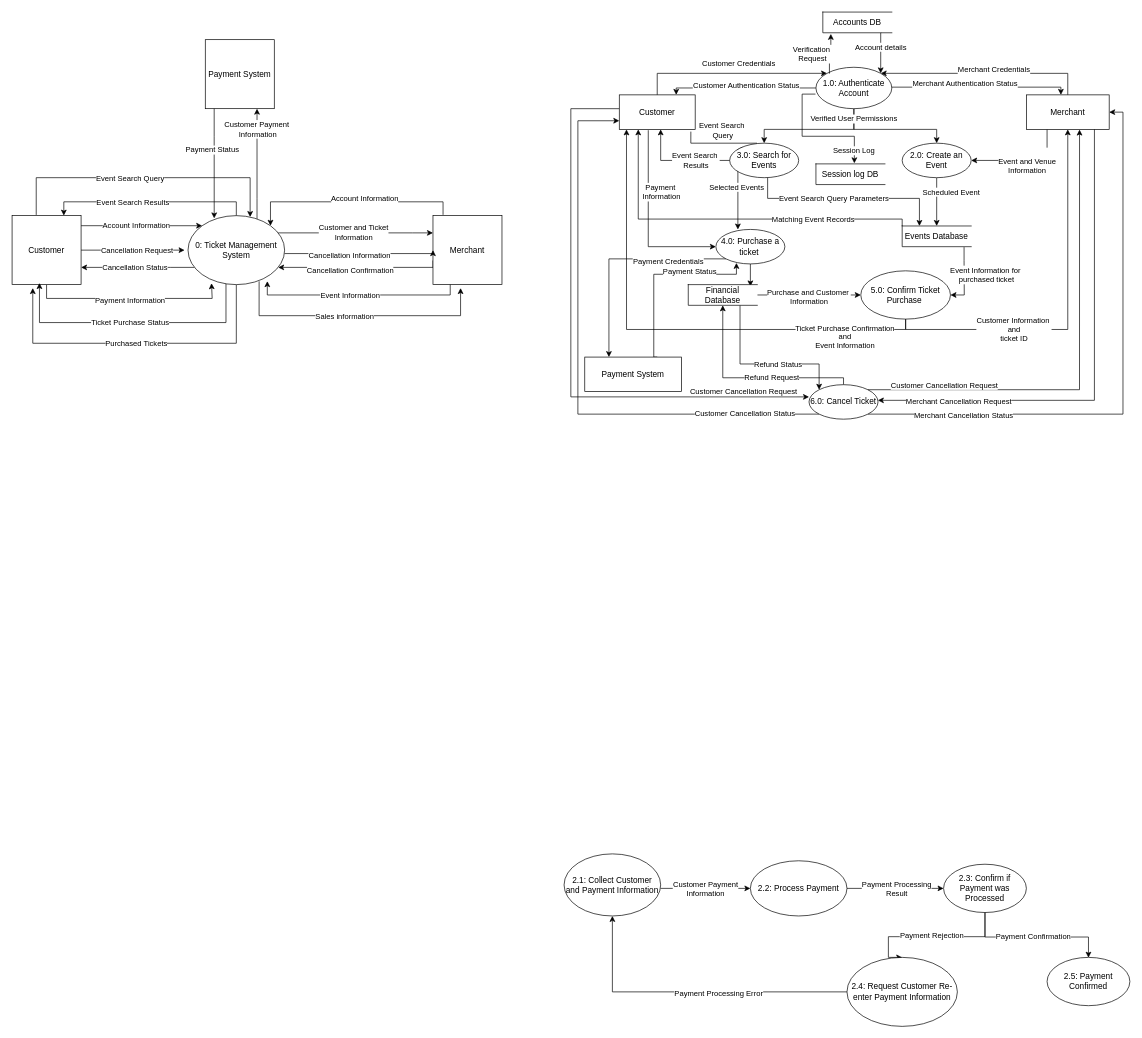
Above: ITEC 630 DFD Ticket Mangement System .drawio in SteveWChang/UMGC-ITEC--630-Ticketing-System-Modeling-and-Analysis (draw.io), before the change. Source tidied: cells renumbered, new cells numbered last; positions are measured from the earlier drawing's top-left corner, leaving out a move shared by most shapes. Both pictures are drawn from the tidied source at 69%, with x=0, y=0 at pixel (12, 12).
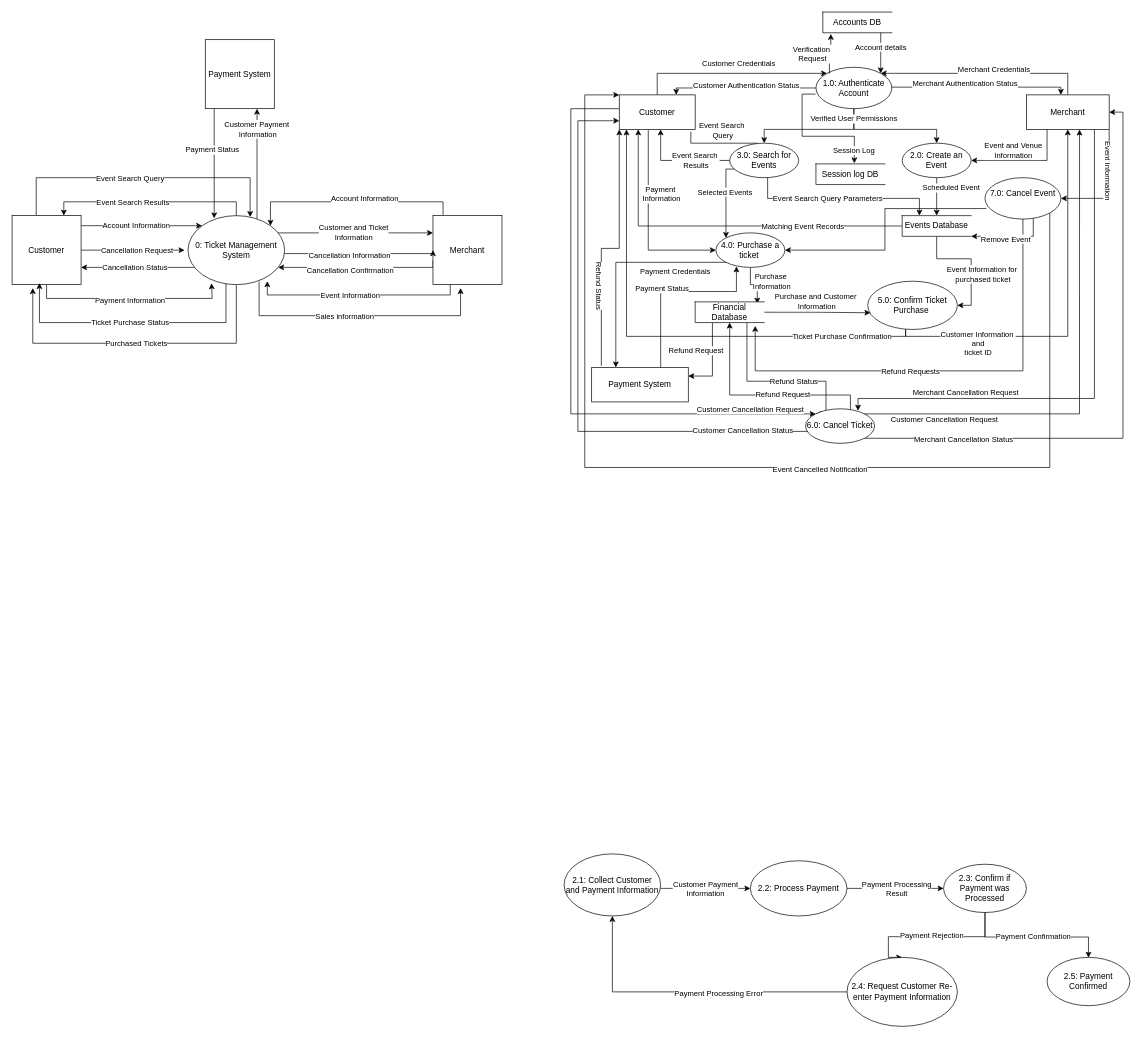
After the change.

Unchanged cells that the change refers to:
```xml
<mxCell id="2" style="edgeStyle=orthogonalEdgeStyle;rounded=0;jettySize=auto;html=1;entryX=1;entryY=0.5;entryDx=0;entryDy=0;exitX=0.25;exitY=1;exitDx=0;exitDy=0;" parent="1" edge="1" source="8" target="26">
  <mxGeometry relative="1" as="geometry" />
</mxCell>
<mxCell id="8" value="Merchant" style="html=1;dashed=0;whiteSpace=wrap;" parent="1" vertex="1">
  <mxGeometry x="1470" y="120" width="120" height="50" as="geometry" />
</mxCell>
<mxCell id="32" style="edgeStyle=orthogonalEdgeStyle;rounded=0;jettySize=auto;html=1;exitX=0.5;exitY=1;exitDx=0;exitDy=0;entryX=0.9;entryY=0.086;entryDx=0;entryDy=0;entryPerimeter=0;" parent="1" edge="1" source="35" target="50">
  <mxGeometry x="-0.28" relative="1" as="geometry" />
</mxCell>
<mxCell id="42" value="Customer" style="html=1;dashed=0;whiteSpace=wrap;" parent="1" vertex="1">
  <mxGeometry x="880" y="120" width="110" height="50" as="geometry" />
</mxCell>
<mxCell id="92" value="3.0: Search for Events" style="shape=ellipse;html=1;dashed=0;whiteSpace=wrap;perimeter=ellipsePerimeter;" parent="1" vertex="1">
  <mxGeometry x="1040" y="190" width="100" height="50" as="geometry" />
</mxCell>
<mxCell id="124" style="edgeStyle=orthogonalEdgeStyle;rounded=0;jettySize=auto;html=1;exitX=1;exitY=0;exitDx=0;exitDy=0;entryX=0.642;entryY=1.006;entryDx=0;entryDy=0;entryPerimeter=0;" parent="1" edge="1" source="121" target="8">
  <mxGeometry relative="1" as="geometry" />
</mxCell>
```

What changed in the source:
```diff
@@
-    <mxCell id="3" value="&lt;br&gt;&lt;div&gt;Event and Venue&lt;/div&gt;&lt;div&gt;Information&lt;/div&gt;" style="edgeLabel;html=1;align=center;verticalAlign=middle;" parent="2" vertex="1">
+    <mxCell id="3" value="&lt;div&gt;Event and Venue&lt;/div&gt;&lt;div&gt;Information&lt;/div&gt;" style="edgeLabel;html=1;align=center;verticalAlign=middle;" parent="2" vertex="1">
       <mxGeometry x="-0.17" y="-1" relative="1" as="geometry">
-        <mxPoint x="-11" y="1" as="offset" />
+        <mxPoint x="-31" y="-14" as="offset" />
       </mxGeometry>
     </mxCell>
@@
-    <mxCell id="6" style="edgeStyle=orthogonalEdgeStyle;rounded=0;jettySize=auto;html=1;exitX=0.822;exitY=0.969;exitDx=0;exitDy=0;exitPerimeter=0;" parent="1" edge="1" source="8" target="121">
-      <mxGeometry x="0.11" relative="1" as="geometry">
+    <mxCell id="6" style="edgeStyle=orthogonalEdgeStyle;rounded=0;jettySize=auto;html=1;exitX=0.822;exitY=0.969;exitDx=0;exitDy=0;exitPerimeter=0;entryX=0.76;entryY=0.055;entryDx=0;entryDy=0;entryPerimeter=0;" parent="1" edge="1" source="8" target="121">
+      <mxGeometry x="0.14" relative="1" as="geometry">
         <Array as="points">
-          <mxPoint x="1568.6" y="562.7" />
+          <mxPoint x="1568.6" y="560" />
+          <mxPoint x="1226" y="560" />
         </Array>
       </mxGeometry>
     </mxCell>
     <mxCell id="7" value="Merchant Cancellation Request" style="edgeLabel;html=1;align=center;verticalAlign=middle;" parent="6" vertex="1">
-      <mxGeometry x="0.67" y="2" relative="1" as="geometry" />
+      <mxGeometry x="0.72" y="2" relative="1" as="geometry">
+        <mxPoint x="68" y="-12" as="offset" />
+      </mxGeometry>
     </mxCell>
+    <mxCell id="126" style="edgeStyle=orthogonalEdgeStyle;rounded=0;jettySize=auto;html=1;exitX=1;exitY=1;exitDx=0;exitDy=0;entryX=1;entryY=0.5;entryDx=0;entryDy=0;" parent="1" edge="1" source="8" target="138">
+      <mxGeometry relative="1" as="geometry" />
+    </mxCell>
+    <mxCell id="127" value="&lt;div&gt;Event Information&lt;/div&gt;" style="edgeLabel;html=1;align=center;verticalAlign=middle;rotation=90;" parent="126" vertex="1">
+      <mxGeometry x="-0.59" y="-1" relative="1" as="geometry">
+        <mxPoint x="1" y="24" as="offset" />
+      </mxGeometry>
+    </mxCell>
@@
-    <mxCell id="27" style="edgeStyle=orthogonalEdgeStyle;rounded=0;jettySize=auto;html=1;entryX=1;entryY=0.5;entryDx=0;entryDy=0;exitX=0.897;exitY=1.022;exitDx=0;exitDy=0;exitPerimeter=0;" parent="1" edge="1" source="31" target="55">
-      <mxGeometry x="-0.28" relative="1" as="geometry" />
+    <mxCell id="27" style="edgeStyle=orthogonalEdgeStyle;rounded=0;jettySize=auto;html=1;entryX=1;entryY=0.5;entryDx=0;entryDy=0;exitX=0.5;exitY=1;exitDx=0;exitDy=0;" parent="1" edge="1" source="31" target="55">
+      <mxGeometry x="0.09" relative="1" as="geometry" />
     </mxCell>
     <mxCell id="28" value="&lt;div&gt;Event Information for&amp;nbsp;&lt;/div&gt;&lt;div&gt;purchased ticket&lt;/div&gt;" style="edgeLabel;html=1;align=center;verticalAlign=middle;" parent="27" vertex="1">
-      <mxGeometry x="-0.44" relative="1" as="geometry">
-        <mxPoint x="31" y="15" as="offset" />
+      <mxGeometry x="-0.01" relative="1" as="geometry">
+        <mxPoint x="16" y="20" as="offset" />
       </mxGeometry>
     </mxCell>
-    <mxCell id="29" style="edgeStyle=orthogonalEdgeStyle;rounded=0;jettySize=auto;html=1;entryX=0.25;entryY=1;entryDx=0;entryDy=0;exitX=0;exitY=0;exitDx=0;exitDy=0;" parent="1" edge="1" source="31" target="42">
-      <mxGeometry x="-0.02" relative="1" as="geometry">
-        <Array as="points">
-          <mxPoint x="1290" y="300" />
-          <mxPoint x="907.5" y="300" />
-        </Array>
-      </mxGeometry>
+    <mxCell id="29" style="edgeStyle=orthogonalEdgeStyle;rounded=0;jettySize=auto;html=1;entryX=0.25;entryY=1;entryDx=0;entryDy=0;exitX=0;exitY=0.5;exitDx=0;exitDy=0;" parent="1" edge="1" source="31" target="42">
+      <mxGeometry x="0.01" relative="1" as="geometry" />
     </mxCell>
     <mxCell id="30" value="Matching Event Records" style="edgeLabel;html=1;align=center;verticalAlign=middle;" parent="29" vertex="1">
-      <mxGeometry x="0.32" relative="1" as="geometry">
+      <mxGeometry x="0.34" relative="1" as="geometry">
         <mxPoint x="205" as="offset" />
       </mxGeometry>
     </mxCell>
     <mxCell id="31" value="Events Database" style="html=1;dashed=0;whiteSpace=wrap;shape=partialRectangle;right=0;" parent="1" vertex="1">
-      <mxGeometry x="1290" y="310" width="100" height="30" as="geometry" />
+      <mxGeometry x="1290" y="295" width="100" height="30" as="geometry" />
     </mxCell>
@@
+    <mxCell id="128" value="&lt;div&gt;Purchase&amp;nbsp;&lt;/div&gt;&lt;div&gt;Information&lt;/div&gt;" style="edgeLabel;html=1;align=center;verticalAlign=middle;" parent="32" vertex="1">
+      <mxGeometry x="0.05" y="2" relative="1" as="geometry">
+        <mxPoint x="22" y="-3" as="offset" />
+      </mxGeometry>
+    </mxCell>
@@
     <mxCell id="35" value="4.0: Purchase a ticket&amp;nbsp;" style="shape=ellipse;html=1;dashed=0;whiteSpace=wrap;perimeter=ellipsePerimeter;" parent="1" vertex="1">
-      <mxGeometry x="1020" y="315" width="100" height="50" as="geometry" />
+      <mxGeometry x="1020" y="320" width="100" height="50" as="geometry" />
     </mxCell>
     <mxCell id="36" style="edgeStyle=orthogonalEdgeStyle;rounded=0;jettySize=auto;html=1;entryX=0;entryY=0.5;entryDx=0;entryDy=0;exitX=0.382;exitY=1.024;exitDx=0;exitDy=0;exitPerimeter=0;" parent="1" edge="1" source="42" target="35">
       <mxGeometry x="0.21" relative="1" as="geometry">
         <Array as="points">
-          <mxPoint x="922" y="340" />
+          <mxPoint x="922" y="345" />
         </Array>
       </mxGeometry>
     </mxCell>
@@
     <mxCell id="43" style="edgeStyle=orthogonalEdgeStyle;rounded=0;jettySize=auto;html=1;exitX=0.75;exitY=0;exitDx=0;exitDy=0;entryX=0.298;entryY=0.971;entryDx=0;entryDy=0;entryPerimeter=0;" parent="1" edge="1" source="45" target="35">
-      <mxGeometry x="-0.07" relative="1" as="geometry">
+      <mxGeometry relative="1" as="geometry">
         <Array as="points">
-          <mxPoint x="930" y="500" />
-          <mxPoint x="930" y="380" />
-          <mxPoint x="1049.8" y="380" />
+          <mxPoint x="945" y="525" />
+          <mxPoint x="940" y="525" />
+          <mxPoint x="940" y="405" />
+          <mxPoint x="1049.8" y="405" />
         </Array>
       </mxGeometry>
     </mxCell>
     <mxCell id="44" value="Payment Status" style="edgeLabel;html=1;align=center;verticalAlign=middle;" parent="43" vertex="1">
-      <mxGeometry x="0.03" y="-1" relative="1" as="geometry">
-        <mxPoint x="41" y="-6" as="offset" />
+      <mxGeometry x="0.1" y="-1" relative="1" as="geometry">
+        <mxPoint x="-19" y="-6" as="offset" />
       </mxGeometry>
     </mxCell>
+    <mxCell id="129" style="edgeStyle=orthogonalEdgeStyle;rounded=0;jettySize=auto;html=1;exitX=0.1;exitY=-0.045;exitDx=0;exitDy=0;entryX=0;entryY=1;entryDx=0;entryDy=0;exitPerimeter=0;" parent="1" edge="1" source="45" target="42">
+      <mxGeometry x="-0.04" relative="1" as="geometry" />
+    </mxCell>
+    <mxCell id="130" value="&lt;div&gt;Refund Status&lt;/div&gt;" style="edgeLabel;html=1;align=center;verticalAlign=middle;rotation=90;" parent="129" vertex="1">
+      <mxGeometry x="-0.24" y="3" relative="1" as="geometry">
+        <mxPoint y="23" as="offset" />
+      </mxGeometry>
+    </mxCell>
     <mxCell id="45" value="Payment System" style="html=1;dashed=0;whiteSpace=wrap;" parent="1" vertex="1">
-      <mxGeometry x="830" y="500" width="140" height="50" as="geometry" />
+      <mxGeometry x="840" y="515" width="140" height="50" as="geometry" />
     </mxCell>
-    <mxCell id="46" style="edgeStyle=orthogonalEdgeStyle;rounded=0;jettySize=auto;html=1;entryX=0;entryY=0.5;entryDx=0;entryDy=0;" parent="1" edge="1" source="50" target="55">
+    <mxCell id="46" style="edgeStyle=orthogonalEdgeStyle;rounded=0;jettySize=auto;html=1;entryX=0.031;entryY=0.654;entryDx=0;entryDy=0;entryPerimeter=0;" parent="1" edge="1" source="50" target="55">
       <mxGeometry x="0.23" relative="1" as="geometry" />
     </mxCell>
     <mxCell id="47" value="&lt;div&gt;Purchase and Customer&amp;nbsp;&lt;/div&gt;&lt;div&gt;Information&lt;/div&gt;" style="edgeLabel;html=1;align=center;verticalAlign=middle;" parent="46" vertex="1">
       <mxGeometry x="-0.02" relative="1" as="geometry">
-        <mxPoint y="2" as="offset" />
+        <mxPoint y="-16" as="offset" />
       </mxGeometry>
     </mxCell>
     <mxCell id="48" style="edgeStyle=orthogonalEdgeStyle;rounded=0;jettySize=auto;html=1;exitX=0.75;exitY=1;exitDx=0;exitDy=0;entryX=0;entryY=0;entryDx=0;entryDy=0;" parent="1" edge="1" source="50" target="121">
       <mxGeometry relative="1" as="geometry">
         <Array as="points">
-          <mxPoint x="1055" y="510" />
-          <mxPoint x="1169.6" y="510" />
+          <mxPoint x="1065" y="535" />
+          <mxPoint x="1179.6" y="535" />
         </Array>
       </mxGeometry>
     </mxCell>
@@
+    <mxCell id="131" style="edgeStyle=orthogonalEdgeStyle;rounded=0;jettySize=auto;html=1;exitX=0.25;exitY=1;exitDx=0;exitDy=0;entryX=1;entryY=0.25;entryDx=0;entryDy=0;" parent="1" edge="1" source="50" target="45">
+      <mxGeometry relative="1" as="geometry" />
+    </mxCell>
+    <mxCell id="132" value="Refund Request" style="edgeLabel;html=1;align=center;verticalAlign=middle;" parent="131" vertex="1">
+      <mxGeometry x="-0.01" y="-1" relative="1" as="geometry">
+        <mxPoint x="-24" y="-16" as="offset" />
+      </mxGeometry>
+    </mxCell>
     <mxCell id="50" value="Financial Database" style="html=1;dashed=0;whiteSpace=wrap;shape=partialRectangle;right=0;" parent="1" vertex="1">
-      <mxGeometry x="980" y="395" width="100" height="30" as="geometry" />
+      <mxGeometry x="990" y="420" width="100" height="30" as="geometry" />
     </mxCell>
     <mxCell id="51" style="edgeStyle=orthogonalEdgeStyle;rounded=0;jettySize=auto;html=1;exitX=0.5;exitY=1;exitDx=0;exitDy=0;entryX=0.095;entryY=1.001;entryDx=0;entryDy=0;entryPerimeter=0;" parent="1" edge="1" source="55" target="42">
       <mxGeometry x="0.07" relative="1" as="geometry">
         <Array as="points">
-          <mxPoint x="1295" y="460" />
-          <mxPoint x="890.5" y="460" />
+          <mxPoint x="1295" y="450" />
+          <mxPoint x="1295" y="470" />
+          <mxPoint x="890.5" y="470" />
         </Array>
       </mxGeometry>
     </mxCell>
-    <mxCell id="52" value="&lt;div&gt;Ticket Purchase Confirmation&lt;/div&gt;&lt;div&gt;and&lt;/div&gt;&lt;div&gt;Event Information&lt;/div&gt;" style="edgeLabel;html=1;align=center;verticalAlign=middle;" parent="51" vertex="1">
+    <mxCell id="52" value="&lt;div&gt;Ticket Purchase Confirmation&lt;/div&gt;" style="edgeLabel;html=1;align=center;verticalAlign=middle;" parent="51" vertex="1">
       <mxGeometry x="-0.18" y="1" relative="1" as="geometry">
-        <mxPoint x="187" y="9" as="offset" />
+        <mxPoint x="172" y="-1" as="offset" />
       </mxGeometry>
     </mxCell>
     <mxCell id="53" style="edgeStyle=orthogonalEdgeStyle;rounded=0;jettySize=auto;html=1;entryX=0.5;entryY=1;entryDx=0;entryDy=0;exitX=0.5;exitY=1;exitDx=0;exitDy=0;" parent="1" edge="1" source="55" target="8">
-      <mxGeometry x="-0.02" relative="1" as="geometry">
+      <mxGeometry x="0.02" relative="1" as="geometry">
         <Array as="points">
-          <mxPoint x="1295" y="460" />
-          <mxPoint x="1530" y="460" />
+          <mxPoint x="1295" y="450" />
+          <mxPoint x="1295" y="470" />
+          <mxPoint x="1530" y="470" />
         </Array>
       </mxGeometry>
     </mxCell>
     <mxCell id="54" value="&lt;div&gt;Customer Information&amp;nbsp;&lt;/div&gt;&lt;div&gt;and&lt;/div&gt;&lt;div&gt;ticket ID&lt;/div&gt;" style="edgeLabel;html=1;align=center;verticalAlign=middle;" parent="53" vertex="1">
       <mxGeometry x="-0.59" y="1" relative="1" as="geometry">
-        <mxPoint x="60" as="offset" />
+        <mxPoint x="26" y="11" as="offset" />
       </mxGeometry>
     </mxCell>
     <mxCell id="55" value="5.0: Confirm Ticket Purchase&amp;nbsp;" style="shape=ellipse;html=1;dashed=0;whiteSpace=wrap;perimeter=ellipsePerimeter;" parent="1" vertex="1">
-      <mxGeometry x="1230" y="375" width="130" height="70" as="geometry" />
+      <mxGeometry x="1240" y="390" width="130" height="70" as="geometry" />
     </mxCell>
@@
-    <mxCell id="90" style="edgeStyle=orthogonalEdgeStyle;rounded=0;jettySize=auto;html=1;entryX=0.319;entryY=0.002;entryDx=0;entryDy=0;entryPerimeter=0;exitX=0.098;exitY=0.749;exitDx=0;exitDy=0;exitPerimeter=0;" parent="1" edge="1" source="92" target="35">
-      <mxGeometry x="0.25" relative="1" as="geometry">
+    <mxCell id="90" style="edgeStyle=orthogonalEdgeStyle;rounded=0;jettySize=auto;html=1;exitX=0.098;exitY=0.749;exitDx=0;exitDy=0;exitPerimeter=0;entryX=0;entryY=0;entryDx=0;entryDy=0;" parent="1" edge="1" source="92" target="35">
+      <mxGeometry x="0.21" relative="1" as="geometry">
         <Array as="points">
-          <mxPoint x="1051.9" y="227.5" />
+          <mxPoint x="1034.6" y="227.5" />
         </Array>
       </mxGeometry>
     </mxCell>
     <mxCell id="91" value="&lt;div&gt;Selected Events&lt;/div&gt;" style="edgeLabel;html=1;align=center;verticalAlign=middle;" parent="90" vertex="1">
-      <mxGeometry x="0.02" y="1" relative="1" as="geometry">
-        <mxPoint x="-3" y="-18" as="offset" />
+      <mxGeometry x="-0.01" y="1" relative="1" as="geometry">
+        <mxPoint x="-3" y="-9" as="offset" />
       </mxGeometry>
     </mxCell>
@@
     <mxCell id="115" style="edgeStyle=orthogonalEdgeStyle;rounded=0;jettySize=auto;html=1;entryX=0.5;entryY=1;entryDx=0;entryDy=0;" parent="1" edge="1" source="121" target="50">
       <mxGeometry relative="1" as="geometry">
         <Array as="points">
-          <mxPoint x="1205" y="530" />
-          <mxPoint x="1030" y="530" />
+          <mxPoint x="1215" y="555" />
+          <mxPoint x="1040" y="555" />
         </Array>
       </mxGeometry>
     </mxCell>
@@
     <mxCell id="117" style="edgeStyle=orthogonalEdgeStyle;rounded=0;jettySize=auto;html=1;exitX=0;exitY=1;exitDx=0;exitDy=0;entryX=0;entryY=0.75;entryDx=0;entryDy=0;" parent="1" edge="1" source="121" target="42">
       <mxGeometry relative="1" as="geometry">
         <Array as="points">
-          <mxPoint x="820" y="582.7" />
+          <mxPoint x="820" y="607.7" />
           <mxPoint x="820" y="157.5" />
         </Array>
       </mxGeometry>
     </mxCell>
@@
     <mxCell id="121" value="&lt;div&gt;6.0: Cancel Ticket&lt;/div&gt;" style="shape=ellipse;html=1;dashed=0;whiteSpace=wrap;perimeter=ellipsePerimeter;" parent="1" vertex="1">
-      <mxGeometry x="1155" y="540" width="100" height="50" as="geometry" />
+      <mxGeometry x="1150" y="575" width="100" height="50" as="geometry" />
     </mxCell>
-    <mxCell id="122" style="edgeStyle=orthogonalEdgeStyle;rounded=0;orthogonalLoop=1;jettySize=auto;html=1;" parent="1" edge="1">
-      <mxGeometry x="0.02" relative="1" as="geometry">
+    <mxCell id="122" style="edgeStyle=orthogonalEdgeStyle;rounded=0;jettySize=auto;html=1;entryX=0;entryY=0;entryDx=0;entryDy=0;" parent="1" edge="1" target="121">
+      <mxGeometry x="-0.02" relative="1" as="geometry">
         <mxPoint x="879.8" y="140" as="sourcePoint" />
-        <mxPoint x="1155" y="557.7" as="targetPoint" />
         <Array as="points">
           <mxPoint x="809.8" y="140" />
-          <mxPoint x="809.8" y="557.7" />
+          <mxPoint x="809.8" y="582.3" />
         </Array>
       </mxGeometry>
     </mxCell>
     <mxCell id="123" value="&lt;div&gt;Customer&amp;nbsp;Cancellation&amp;nbsp;Request&lt;/div&gt;" style="edgeLabel;html=1;align=center;verticalAlign=middle;" parent="122" vertex="1">
-      <mxGeometry x="-0.69" y="-2" relative="1" as="geometry">
-        <mxPoint x="252" y="350" as="offset" />
+      <mxGeometry x="-0.7" y="-2" relative="1" as="geometry">
+        <mxPoint x="262" y="375" as="offset" />
       </mxGeometry>
     </mxCell>
@@
     <mxCell id="125" value="Customer Cancellation Request" style="edgeLabel;html=1;align=center;verticalAlign=middle;" parent="124" vertex="1">
       <mxGeometry x="-0.76" y="1" relative="1" as="geometry">
-        <mxPoint x="28" y="-6" as="offset" />
+        <mxPoint x="28" y="9" as="offset" />
       </mxGeometry>
     </mxCell>
+    <mxCell id="133" style="edgeStyle=orthogonalEdgeStyle;rounded=0;jettySize=auto;html=1;exitX=1;exitY=1;exitDx=0;exitDy=0;entryX=0;entryY=0;entryDx=0;entryDy=0;" parent="1" edge="1" source="138" target="42">
+      <mxGeometry x="-0.04" relative="1" as="geometry">
+        <Array as="points">
+          <mxPoint x="1503.9" y="660" />
+          <mxPoint x="830" y="660" />
+          <mxPoint x="830" y="120" />
+        </Array>
+      </mxGeometry>
+    </mxCell>
+    <mxCell id="134" value="Event Cancelled Notification" style="edgeLabel;html=1;align=center;verticalAlign=middle;" parent="133" vertex="1">
+      <mxGeometry x="-0.14" y="2" relative="1" as="geometry" />
+    </mxCell>
+    <mxCell id="135" style="edgeStyle=orthogonalEdgeStyle;rounded=0;jettySize=auto;html=1;entryX=0.87;entryY=1.159;entryDx=0;entryDy=0;entryPerimeter=0;" parent="1" edge="1" source="138" target="50">
+      <mxGeometry relative="1" as="geometry">
+        <Array as="points">
+          <mxPoint x="1465" y="520" />
+          <mxPoint x="1077" y="520" />
+        </Array>
+      </mxGeometry>
+    </mxCell>
+    <mxCell id="136" value="Refund Requests" style="edgeLabel;html=1;align=center;verticalAlign=middle;" parent="135" vertex="1">
+      <mxGeometry x="0.08" y="3" relative="1" as="geometry">
+        <mxPoint x="-20" y="-3" as="offset" />
+      </mxGeometry>
+    </mxCell>
+    <mxCell id="137" style="edgeStyle=orthogonalEdgeStyle;rounded=0;jettySize=auto;html=1;exitX=0.018;exitY=0.746;exitDx=0;exitDy=0;entryX=1;entryY=0.5;entryDx=0;entryDy=0;exitPerimeter=0;" parent="1" edge="1" source="138" target="35">
+      <mxGeometry x="-0.02" relative="1" as="geometry" />
+    </mxCell>
+    <mxCell id="138" value="&lt;div&gt;7.0: Cancel Event&lt;/div&gt;&lt;div&gt;&lt;br&gt;&lt;/div&gt;" style="shape=ellipse;html=1;dashed=0;whiteSpace=wrap;perimeter=ellipsePerimeter;" parent="1" vertex="1">
+      <mxGeometry x="1410" y="240" width="110" height="60" as="geometry" />
+    </mxCell>
+    <mxCell id="139" style="edgeStyle=orthogonalEdgeStyle;rounded=0;jettySize=auto;html=1;entryX=1;entryY=1;entryDx=0;entryDy=0;" parent="1" edge="1" source="138" target="31">
+      <mxGeometry x="-0.12" relative="1" as="geometry">
+        <Array as="points">
+          <mxPoint x="1480" y="325" />
+        </Array>
+      </mxGeometry>
+    </mxCell>
+    <mxCell id="140" value="Remove Event" style="edgeLabel;html=1;align=center;verticalAlign=middle;" parent="139" vertex="1">
+      <mxGeometry x="0.16" y="3" relative="1" as="geometry" />
+    </mxCell>
```
